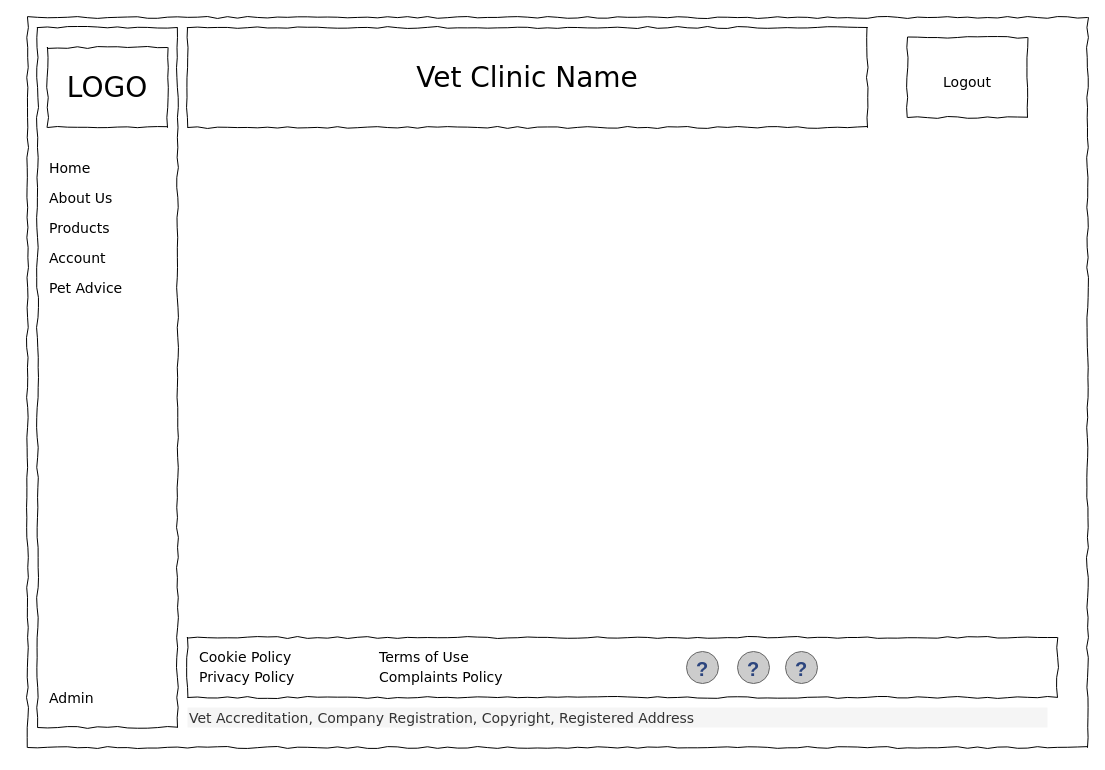
This is Wireframes/wireframe-account.drawio from azzywazzy/sky-git-team2, a draw.io file, before an edit. Source tidied: cells renumbered, new cells numbered last; positions are measured from the earlier drawing's top-left corner, leaving out a move shared by most shapes. Both pictures are drawn from the tidied source at 100%, with x=0, y=0 at pixel (27, 17).
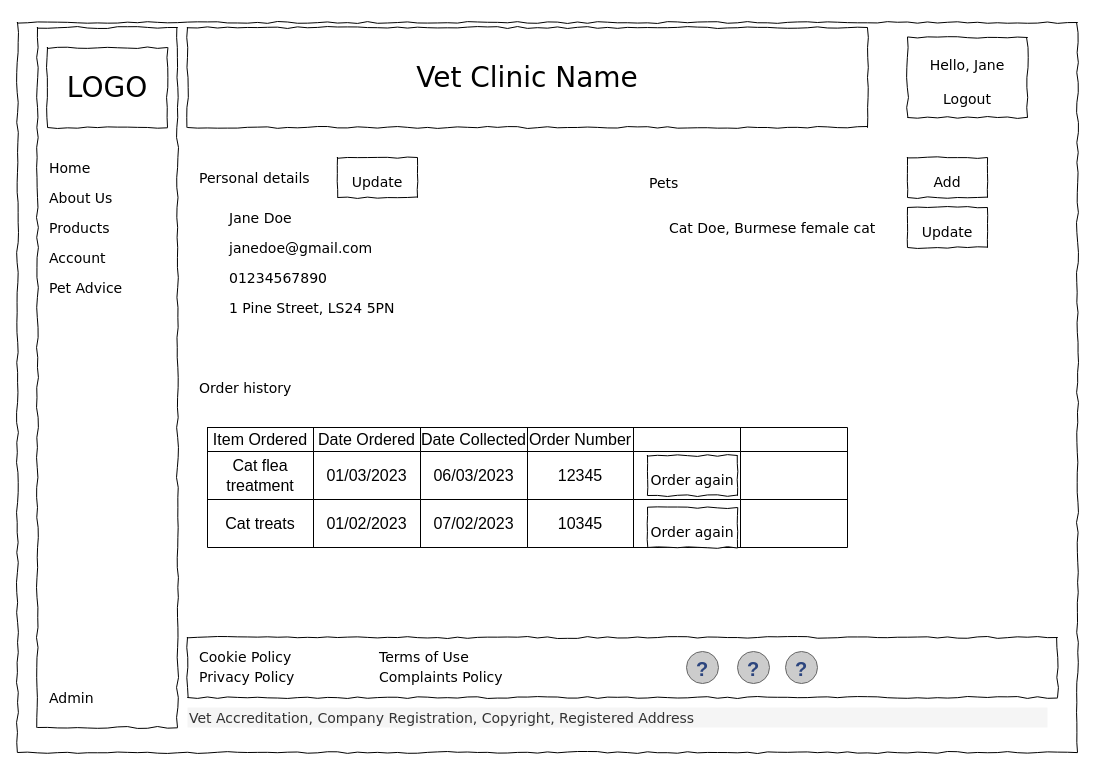
The same page after the edit.

What changed in the source:
```diff
@@
     <mxCell id="2" style="whiteSpace=wrap;html=1;rounded=0;shadow=0;labelBackgroundColor=none;strokeColor=#000000;strokeWidth=1;fillColor=none;fontFamily=Verdana;fontSize=12;fontColor=#000000;align=center;comic=1;" parent="1" vertex="1">
-      <mxGeometry width="1060" height="730" as="geometry" />
+      <mxGeometry x="-10" y="5" width="1060" height="730" as="geometry" />
     </mxCell>
@@
-    <mxCell id="14" value="&lt;div align=&quot;center&quot;&gt;&lt;font style=&quot;font-size: 14px;&quot;&gt;Logout&lt;/font&gt;&lt;/div&gt;" style="whiteSpace=wrap;html=1;rounded=0;shadow=0;labelBackgroundColor=none;strokeWidth=1;fontFamily=Verdana;fontSize=28;align=center;comic=1;" parent="1" vertex="1">
+    <mxCell id="14" value="&lt;div align=&quot;center&quot;&gt;&lt;font style=&quot;font-size: 14px;&quot;&gt;Hello, Jane&lt;/font&gt;&lt;/div&gt;&lt;div align=&quot;center&quot;&gt;&lt;font style=&quot;font-size: 14px;&quot;&gt;Logout&lt;/font&gt;&lt;/div&gt;" style="whiteSpace=wrap;html=1;rounded=0;shadow=0;labelBackgroundColor=none;strokeWidth=1;fontFamily=Verdana;fontSize=28;align=center;comic=1;" parent="1" vertex="1">
       <mxGeometry x="880" y="20" width="120" height="80" as="geometry" />
     </mxCell>
@@
+    <mxCell id="22" value="Personal details&lt;br&gt;" style="text;html=1;align=left;verticalAlign=top;spacingTop=-4;fontSize=14;fontFamily=Verdana;" parent="1" vertex="1">
+      <mxGeometry x="170" y="150" width="110" height="20" as="geometry" />
+    </mxCell>
+    <mxCell id="23" value="&lt;font style=&quot;font-size: 14px;&quot;&gt;Update&lt;/font&gt;" style="whiteSpace=wrap;html=1;rounded=0;shadow=0;labelBackgroundColor=none;strokeWidth=1;fontFamily=Verdana;fontSize=28;align=center;comic=1;" parent="1" vertex="1">
+      <mxGeometry x="310" y="140" width="80" height="40" as="geometry" />
+    </mxCell>
+    <mxCell id="24" value="Jane Doe" style="text;html=1;align=left;verticalAlign=top;spacingTop=-4;fontSize=14;fontFamily=Verdana;" parent="1" vertex="1">
+      <mxGeometry x="200" y="190" width="110" height="20" as="geometry" />
+    </mxCell>
+    <mxCell id="25" value="janedoe@gmail.com" style="text;html=1;align=left;verticalAlign=top;spacingTop=-4;fontSize=14;fontFamily=Verdana;" parent="1" vertex="1">
+      <mxGeometry x="200" y="220" width="110" height="20" as="geometry" />
+    </mxCell>
+    <mxCell id="26" value="Pets" style="text;html=1;align=left;verticalAlign=top;spacingTop=-4;fontSize=14;fontFamily=Verdana;" parent="1" vertex="1">
+      <mxGeometry x="620" y="155" width="110" height="20" as="geometry" />
+    </mxCell>
+    <mxCell id="27" value="&lt;font style=&quot;font-size: 14px;&quot;&gt;Add&lt;/font&gt;" style="whiteSpace=wrap;html=1;rounded=0;shadow=0;labelBackgroundColor=none;strokeWidth=1;fontFamily=Verdana;fontSize=28;align=center;comic=1;" parent="1" vertex="1">
+      <mxGeometry x="880" y="140" width="80" height="40" as="geometry" />
+    </mxCell>
+    <mxCell id="28" value="Cat Doe, Burmese female cat" style="text;html=1;align=left;verticalAlign=top;spacingTop=-4;fontSize=14;fontFamily=Verdana;" parent="1" vertex="1">
+      <mxGeometry x="640" y="200" width="110" height="20" as="geometry" />
+    </mxCell>
+    <mxCell id="29" value="&lt;font style=&quot;font-size: 14px;&quot;&gt;Update&lt;/font&gt;" style="whiteSpace=wrap;html=1;rounded=0;shadow=0;labelBackgroundColor=none;strokeWidth=1;fontFamily=Verdana;fontSize=28;align=center;comic=1;" parent="1" vertex="1">
+      <mxGeometry x="880" y="190" width="80" height="40" as="geometry" />
+    </mxCell>
+    <mxCell id="30" value="Order history" style="text;html=1;align=left;verticalAlign=top;spacingTop=-4;fontSize=14;fontFamily=Verdana;" parent="1" vertex="1">
+      <mxGeometry x="170" y="360" width="110" height="20" as="geometry" />
+    </mxCell>
+    <mxCell id="31" value="01234567890" style="text;html=1;align=left;verticalAlign=top;spacingTop=-4;fontSize=14;fontFamily=Verdana;" parent="1" vertex="1">
+      <mxGeometry x="200" y="250" width="110" height="20" as="geometry" />
+    </mxCell>
+    <mxCell id="32" value="1 Pine Street, LS24 5PN" style="text;html=1;align=left;verticalAlign=top;spacingTop=-4;fontSize=14;fontFamily=Verdana;" parent="1" vertex="1">
+      <mxGeometry x="200" y="280" width="110" height="20" as="geometry" />
+    </mxCell>
+    <mxCell id="33" style="shape=table;startSize=0;childLayout=tableLayout;fontSize=16;" parent="1" vertex="1">
+      <mxGeometry x="180" y="410" width="320" height="120" as="geometry" />
+    </mxCell>
+    <mxCell id="34" style="shape=tableRow;horizontal=0;startSize=0;swimlaneHead=0;swimlaneBody=0;strokeColor=inherit;top=0;left=0;bottom=0;right=0;fillColor=none;fontSize=16;" parent="33" vertex="1">
+      <mxGeometry width="320" height="24" as="geometry" />
+    </mxCell>
+    <mxCell id="35" value="Item Ordered" style="shape=partialRectangle;html=1;whiteSpace=wrap;strokeColor=inherit;overflow=hidden;fillColor=none;top=0;left=0;bottom=0;right=0;fontSize=16;" parent="34" vertex="1">
+      <mxGeometry width="106" height="24" as="geometry" />
+    </mxCell>
+    <mxCell id="36" value="Date Ordered" style="shape=partialRectangle;html=1;whiteSpace=wrap;strokeColor=inherit;overflow=hidden;fillColor=none;top=0;left=0;bottom=0;right=0;fontSize=16;" parent="34" vertex="1">
+      <mxGeometry x="106" width="107" height="24" as="geometry" />
+    </mxCell>
+    <mxCell id="37" value="Date Collected" style="shape=partialRectangle;html=1;whiteSpace=wrap;strokeColor=inherit;overflow=hidden;fillColor=none;top=0;left=0;bottom=0;right=0;fontSize=16;" parent="34" vertex="1">
+      <mxGeometry x="213" width="107" height="24" as="geometry" />
+    </mxCell>
+    <mxCell id="38" style="shape=tableRow;horizontal=0;startSize=0;swimlaneHead=0;swimlaneBody=0;strokeColor=inherit;top=0;left=0;bottom=0;right=0;fillColor=none;fontSize=16;" parent="33" vertex="1">
+      <mxGeometry y="24" width="320" height="48" as="geometry" />
+    </mxCell>
+    <mxCell id="39" value="Cat flea treatment" style="shape=partialRectangle;html=1;whiteSpace=wrap;strokeColor=inherit;overflow=hidden;fillColor=none;top=0;left=0;bottom=0;right=0;fontSize=16;" parent="38" vertex="1">
+      <mxGeometry width="106" height="48" as="geometry" />
+    </mxCell>
+    <mxCell id="40" value="01/03/2023" style="shape=partialRectangle;html=1;whiteSpace=wrap;strokeColor=inherit;overflow=hidden;fillColor=none;top=0;left=0;bottom=0;right=0;fontSize=16;" parent="38" vertex="1">
+      <mxGeometry x="106" width="107" height="48" as="geometry" />
+    </mxCell>
+    <mxCell id="41" value="06/03/2023" style="shape=partialRectangle;html=1;whiteSpace=wrap;strokeColor=inherit;overflow=hidden;fillColor=none;top=0;left=0;bottom=0;right=0;fontSize=16;" parent="38" vertex="1">
+      <mxGeometry x="213" width="107" height="48" as="geometry" />
+    </mxCell>
+    <mxCell id="42" style="shape=tableRow;horizontal=0;startSize=0;swimlaneHead=0;swimlaneBody=0;strokeColor=inherit;top=0;left=0;bottom=0;right=0;fillColor=none;fontSize=16;" parent="33" vertex="1">
+      <mxGeometry y="72" width="320" height="48" as="geometry" />
+    </mxCell>
+    <mxCell id="43" value="Cat treats" style="shape=partialRectangle;html=1;whiteSpace=wrap;strokeColor=inherit;overflow=hidden;fillColor=none;top=0;left=0;bottom=0;right=0;fontSize=16;" parent="42" vertex="1">
+      <mxGeometry width="106" height="48" as="geometry" />
+    </mxCell>
+    <mxCell id="44" value="01/02/2023" style="shape=partialRectangle;html=1;whiteSpace=wrap;strokeColor=inherit;overflow=hidden;fillColor=none;top=0;left=0;bottom=0;right=0;fontSize=16;" parent="42" vertex="1">
+      <mxGeometry x="106" width="107" height="48" as="geometry" />
+    </mxCell>
+    <mxCell id="45" value="07/02/2023" style="shape=partialRectangle;html=1;whiteSpace=wrap;strokeColor=inherit;overflow=hidden;fillColor=none;top=0;left=0;bottom=0;right=0;fontSize=16;" parent="42" vertex="1">
+      <mxGeometry x="213" width="107" height="48" as="geometry" />
+    </mxCell>
+    <mxCell id="46" style="shape=table;startSize=0;childLayout=tableLayout;fontSize=16;" parent="1" vertex="1">
+      <mxGeometry x="500" y="410" width="320" height="120" as="geometry" />
+    </mxCell>
+    <mxCell id="47" style="shape=tableRow;horizontal=0;startSize=0;swimlaneHead=0;swimlaneBody=0;strokeColor=inherit;top=0;left=0;bottom=0;right=0;fillColor=none;fontSize=16;" parent="46" vertex="1">
+      <mxGeometry width="320" height="24" as="geometry" />
+    </mxCell>
+    <mxCell id="48" value="Order Number" style="shape=partialRectangle;html=1;whiteSpace=wrap;strokeColor=inherit;overflow=hidden;fillColor=none;top=0;left=0;bottom=0;right=0;fontSize=16;" parent="47" vertex="1">
+      <mxGeometry width="106" height="24" as="geometry" />
+    </mxCell>
+    <mxCell id="49" style="shape=partialRectangle;html=1;whiteSpace=wrap;strokeColor=inherit;overflow=hidden;fillColor=none;top=0;left=0;bottom=0;right=0;fontSize=16;" parent="47" vertex="1">
+      <mxGeometry x="106" width="107" height="24" as="geometry" />
+    </mxCell>
+    <mxCell id="50" style="shape=partialRectangle;html=1;whiteSpace=wrap;strokeColor=inherit;overflow=hidden;fillColor=none;top=0;left=0;bottom=0;right=0;fontSize=16;" parent="47" vertex="1">
+      <mxGeometry x="213" width="107" height="24" as="geometry" />
+    </mxCell>
+    <mxCell id="51" style="shape=tableRow;horizontal=0;startSize=0;swimlaneHead=0;swimlaneBody=0;strokeColor=inherit;top=0;left=0;bottom=0;right=0;fillColor=none;fontSize=16;" parent="46" vertex="1">
+      <mxGeometry y="24" width="320" height="48" as="geometry" />
+    </mxCell>
+    <mxCell id="52" value="12345" style="shape=partialRectangle;html=1;whiteSpace=wrap;strokeColor=inherit;overflow=hidden;fillColor=none;top=0;left=0;bottom=0;right=0;fontSize=16;" parent="51" vertex="1">
+      <mxGeometry width="106" height="48" as="geometry" />
+    </mxCell>
+    <mxCell id="53" style="shape=partialRectangle;html=1;whiteSpace=wrap;strokeColor=inherit;overflow=hidden;fillColor=none;top=0;left=0;bottom=0;right=0;fontSize=16;" parent="51" vertex="1">
+      <mxGeometry x="106" width="107" height="48" as="geometry" />
+    </mxCell>
+    <mxCell id="54" style="shape=partialRectangle;html=1;whiteSpace=wrap;strokeColor=inherit;overflow=hidden;fillColor=none;top=0;left=0;bottom=0;right=0;fontSize=16;" parent="51" vertex="1">
+      <mxGeometry x="213" width="107" height="48" as="geometry" />
+    </mxCell>
+    <mxCell id="55" style="shape=tableRow;horizontal=0;startSize=0;swimlaneHead=0;swimlaneBody=0;strokeColor=inherit;top=0;left=0;bottom=0;right=0;fillColor=none;fontSize=16;" parent="46" vertex="1">
+      <mxGeometry y="72" width="320" height="48" as="geometry" />
+    </mxCell>
+    <mxCell id="56" value="10345" style="shape=partialRectangle;html=1;whiteSpace=wrap;strokeColor=inherit;overflow=hidden;fillColor=none;top=0;left=0;bottom=0;right=0;fontSize=16;" parent="55" vertex="1">
+      <mxGeometry width="106" height="48" as="geometry" />
+    </mxCell>
+    <mxCell id="57" style="shape=partialRectangle;html=1;whiteSpace=wrap;strokeColor=inherit;overflow=hidden;fillColor=none;top=0;left=0;bottom=0;right=0;fontSize=16;" parent="55" vertex="1">
+      <mxGeometry x="106" width="107" height="48" as="geometry" />
+    </mxCell>
+    <mxCell id="58" style="shape=partialRectangle;html=1;whiteSpace=wrap;strokeColor=inherit;overflow=hidden;fillColor=none;top=0;left=0;bottom=0;right=0;fontSize=16;" parent="55" vertex="1">
+      <mxGeometry x="213" width="107" height="48" as="geometry" />
+    </mxCell>
+    <mxCell id="59" value="&lt;font style=&quot;font-size: 14px;&quot;&gt;Order again&lt;/font&gt;" style="whiteSpace=wrap;html=1;rounded=0;shadow=0;labelBackgroundColor=none;strokeWidth=1;fontFamily=Verdana;fontSize=28;align=center;comic=1;" parent="1" vertex="1">
+      <mxGeometry x="620" y="438" width="90" height="40" as="geometry" />
+    </mxCell>
+    <mxCell id="60" value="&lt;font style=&quot;font-size: 14px;&quot;&gt;Order again&lt;/font&gt;" style="whiteSpace=wrap;html=1;rounded=0;shadow=0;labelBackgroundColor=none;strokeWidth=1;fontFamily=Verdana;fontSize=28;align=center;comic=1;" parent="1" vertex="1">
+      <mxGeometry x="620" y="490" width="90" height="40" as="geometry" />
+    </mxCell>
```
